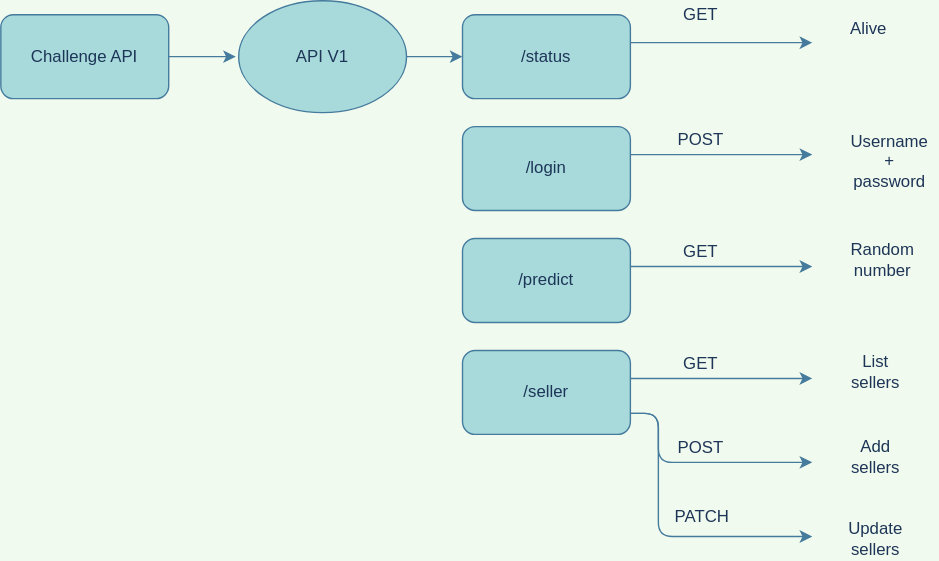
Earlier version of the draw.io export Api_UML.svg (Demesmaeker/API_learning_Flask). Source tidied: cells renumbered, new cells last; positions are measured from the earlier drawing's top-left corner, leaving out a move shared by most shapes.
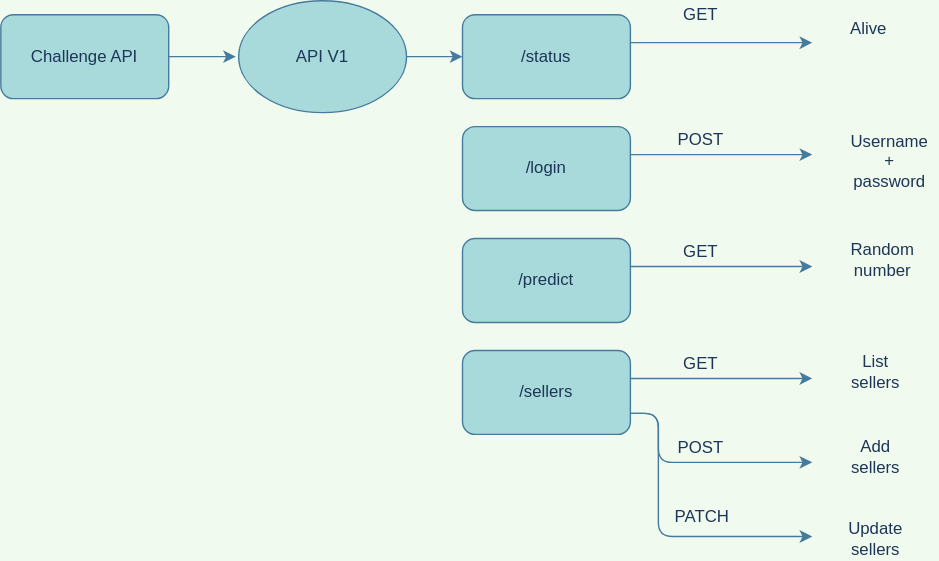
The same file after the commit.

The edit, as a diff of the source:
```diff
@@ -28,7 +28,7 @@
         </Array>
       </mxGeometry>
     </mxCell>
-    <mxCell id="8" value="/seller" style="whiteSpace=wrap;html=1;fillColor=#A8DADC;strokeColor=#457B9D;fontColor=#1D3557;rounded=1;" parent="1" vertex="1">
+    <mxCell id="8" value="/sellers" style="whiteSpace=wrap;html=1;fillColor=#A8DADC;strokeColor=#457B9D;fontColor=#1D3557;rounded=1;" parent="1" vertex="1">
       <mxGeometry x="330" y="250" width="120" height="60" as="geometry" />
     </mxCell>
     <mxCell id="9" value="/predict" style="whiteSpace=wrap;html=1;fillColor=#A8DADC;strokeColor=#457B9D;fontColor=#1D3557;rounded=1;" parent="1" vertex="1">
```
